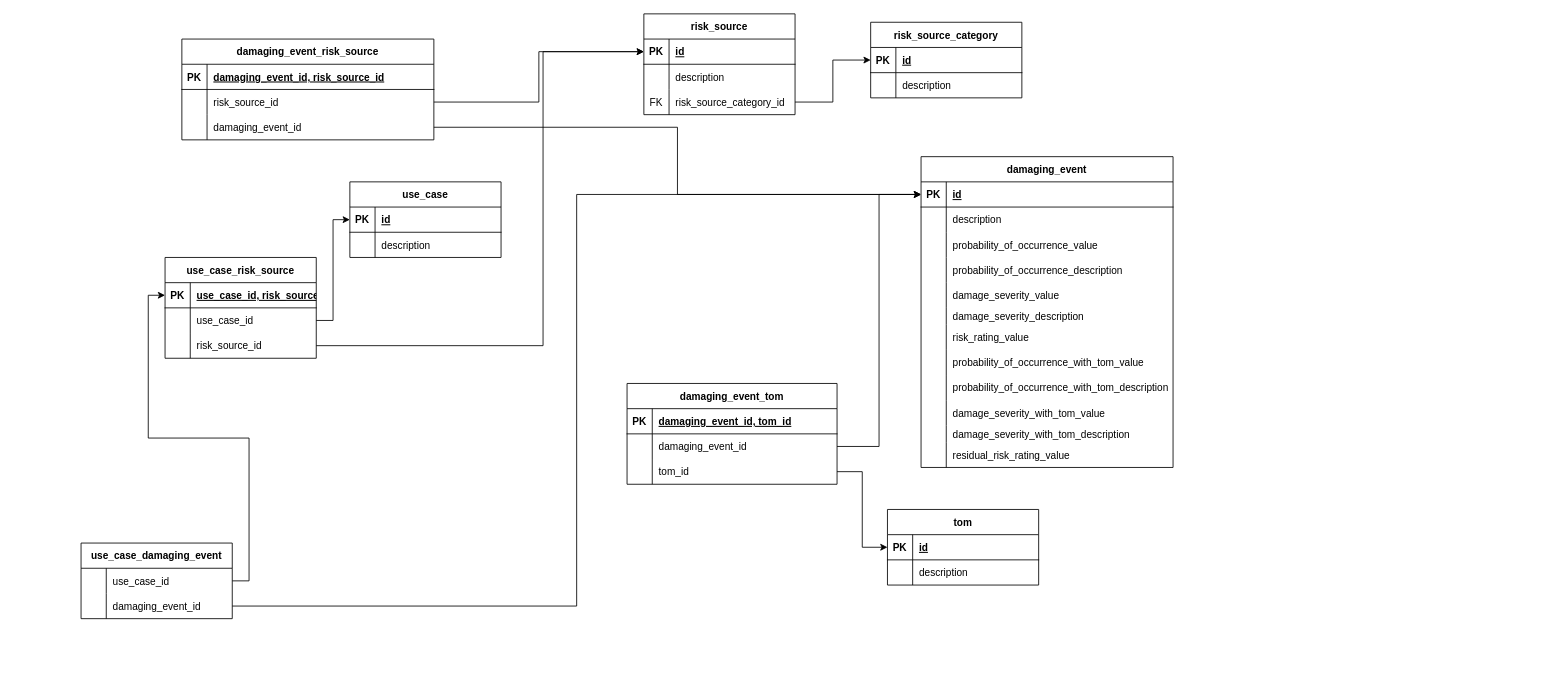
This is src/main/resources/ERD_20221219.drawio from UKEIAM/de.uke.iam.dsfa.control, a draw.io file, before an edit. Source tidied: cells renumbered, new cells numbered last; positions are measured from the earlier drawing's top-left corner, leaving out a move shared by most shapes. Both pictures are drawn from the tidied source at 84%, with x=0, y=0 at pixel (81, 13).
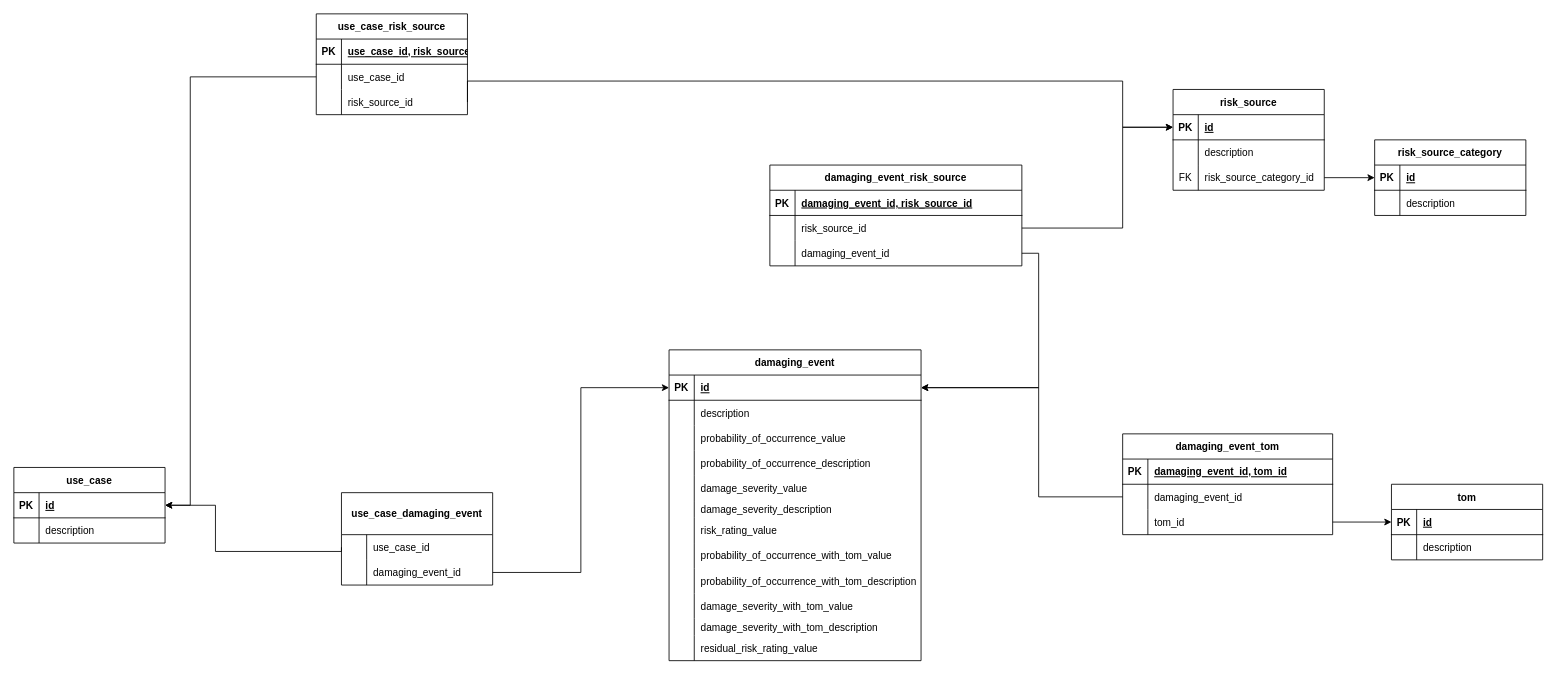
The same page after the edit.

Commit message (it also covers changes not shown here):
DSFA-122: docs: add draw.io files for adjusted data model

The change refers to these unchanged cells:
```xml
<mxCell id="10" style="shape=tableRow;horizontal=0;startSize=0;swimlaneHead=0;swimlaneBody=0;fillColor=none;points=[[0,0.5],[1,0.5]];portConstraint=eastwest;top=0;left=0;right=0;bottom=1;" parent="9" vertex="1">
  <mxGeometry y="30" width="180" height="30" as="geometry" />
</mxCell>
<mxCell id="21" style="shape=tableRow;horizontal=0;startSize=0;swimlaneHead=0;swimlaneBody=0;fillColor=none;points=[[0,0.5],[1,0.5]];portConstraint=eastwest;top=0;left=0;right=0;bottom=1;" parent="20" vertex="1">
  <mxGeometry y="30" width="300" height="30" as="geometry" />
</mxCell>
<mxCell id="68" style="shape=tableRow;horizontal=0;startSize=0;swimlaneHead=0;swimlaneBody=0;fillColor=none;points=[[0,0.5],[1,0.5]];portConstraint=eastwest;top=0;left=0;right=0;bottom=0;" parent="64" vertex="1">
  <mxGeometry y="60" width="250" height="30" as="geometry" />
</mxCell>
<mxCell id="80" style="shape=tableRow;horizontal=0;startSize=0;swimlaneHead=0;swimlaneBody=0;fillColor=none;points=[[0,0.5],[1,0.5]];portConstraint=eastwest;top=0;left=0;right=0;bottom=0;" parent="76" vertex="1">
  <mxGeometry y="60" width="300" height="30" as="geometry" />
</mxCell>
<mxCell id="83" style="shape=tableRow;horizontal=0;startSize=0;swimlaneHead=0;swimlaneBody=0;fillColor=none;points=[[0,0.5],[1,0.5]];portConstraint=eastwest;top=0;left=0;right=0;bottom=0;" parent="76" vertex="1">
  <mxGeometry y="90" width="300" height="30" as="geometry" />
</mxCell>
<mxCell id="89" style="shape=tableRow;horizontal=0;startSize=0;swimlaneHead=0;swimlaneBody=0;fillColor=none;points=[[0,0.5],[1,0.5]];portConstraint=eastwest;top=0;left=0;right=0;bottom=1;" parent="88" vertex="1">
  <mxGeometry y="30" width="180" height="30" as="geometry" />
</mxCell>
<mxCell id="92" style="shape=tableRow;horizontal=0;startSize=0;swimlaneHead=0;swimlaneBody=0;fillColor=none;points=[[0,0.5],[1,0.5]];portConstraint=eastwest;top=0;left=0;right=0;bottom=0;" parent="88" vertex="1">
  <mxGeometry y="60" width="180" height="30" as="geometry" />
</mxCell>
<mxCell id="95" style="shape=tableRow;horizontal=0;startSize=0;swimlaneHead=0;swimlaneBody=0;fillColor=none;points=[[0,0.5],[1,0.5]];portConstraint=eastwest;top=0;left=0;right=0;bottom=0;" parent="88" vertex="1">
  <mxGeometry y="90" width="180" height="30" as="geometry" />
</mxCell>
<mxCell id="99" style="shape=tableRow;horizontal=0;startSize=0;swimlaneHead=0;swimlaneBody=0;fillColor=none;points=[[0,0.5],[1,0.5]];portConstraint=eastwest;top=0;left=0;right=0;bottom=1;" parent="98" vertex="1">
  <mxGeometry y="30" width="180" height="30" as="geometry" />
</mxCell>
```

Diff of the diagram source:
```diff
@@
     <mxCell id="2" value="risk_source_category" style="shape=table;startSize=30;childLayout=tableLayout;rowLines=0;fontStyle=1;align=center;" parent="1" vertex="1">
-      <mxGeometry x="940" y="10" width="180" height="90" as="geometry" />
+      <mxGeometry x="1540" y="150" width="180" height="90" as="geometry" />
     </mxCell>
@@
     <mxCell id="9" value="risk_source" style="shape=table;startSize=30;childLayout=tableLayout;rowLines=0;fontStyle=1;align=center;" parent="1" vertex="1">
-      <mxGeometry x="670" width="180" height="120" as="geometry" />
+      <mxGeometry x="1300" y="90" width="180" height="120" as="geometry" />
     </mxCell>
@@
     <mxCell id="20" value="damaging_event" style="shape=table;startSize=30;childLayout=tableLayout;rowLines=0;fontStyle=1;align=center;" parent="1" vertex="1">
-      <mxGeometry x="1000" y="170" width="300" height="370" as="geometry" />
+      <mxGeometry x="700" y="400" width="300" height="370" as="geometry" />
     </mxCell>
@@
     <mxCell id="57" value="tom" style="shape=table;startSize=30;childLayout=tableLayout;rowLines=0;fontStyle=1;align=center;" parent="1" vertex="1">
-      <mxGeometry x="960" y="590" width="180" height="90" as="geometry" />
+      <mxGeometry x="1560" y="560" width="180" height="90" as="geometry" />
     </mxCell>
@@
     <mxCell id="64" value="damaging_event_tom" style="shape=table;startSize=30;childLayout=tableLayout;rowLines=0;fontStyle=1;align=center;" parent="1" vertex="1">
-      <mxGeometry x="650" y="440" width="250" height="120" as="geometry" />
+      <mxGeometry x="1240" y="500" width="250" height="120" as="geometry" />
     </mxCell>
@@
-    <mxCell id="74" style="edgeStyle=orthogonalEdgeStyle;rounded=0;jettySize=auto;html=1;exitX=1;exitY=0.5;exitDx=0;exitDy=0;entryX=0;entryY=0.5;entryDx=0;entryDy=0;" parent="1" edge="1" source="68" target="21">
-      <mxGeometry relative="1" as="geometry" />
+    <mxCell id="74" style="edgeStyle=orthogonalEdgeStyle;rounded=0;jettySize=auto;html=1;exitX=0;exitY=0.5;exitDx=0;exitDy=0;entryX=1;entryY=0.5;entryDx=0;entryDy=0;" parent="1" edge="1" source="68" target="21">
+      <mxGeometry relative="1" as="geometry">
+        <Array as="points">
+          <mxPoint x="1140" y="575" />
+          <mxPoint x="1140" y="445" />
+        </Array>
+      </mxGeometry>
     </mxCell>
@@
     <mxCell id="76" value="damaging_event_risk_source" style="shape=table;startSize=30;childLayout=tableLayout;rowLines=0;fontStyle=1;align=center;" parent="1" vertex="1">
-      <mxGeometry x="120" y="30" width="300" height="120" as="geometry" />
+      <mxGeometry x="820" y="180" width="300" height="120" as="geometry" />
     </mxCell>
@@
     <mxCell id="86" style="edgeStyle=orthogonalEdgeStyle;rounded=0;jettySize=auto;html=1;exitX=1;exitY=0.5;exitDx=0;exitDy=0;entryX=0;entryY=0.5;entryDx=0;entryDy=0;" parent="1" edge="1" source="80" target="10">
-      <mxGeometry relative="1" as="geometry" />
+      <mxGeometry relative="1" as="geometry">
+        <Array as="points">
+          <mxPoint x="1240" y="255" />
+          <mxPoint x="1240" y="135" />
+        </Array>
+      </mxGeometry>
     </mxCell>
-    <mxCell id="87" style="edgeStyle=orthogonalEdgeStyle;rounded=0;jettySize=auto;html=1;exitX=1;exitY=0.5;exitDx=0;exitDy=0;entryX=0;entryY=0.5;entryDx=0;entryDy=0;" parent="1" edge="1" source="83" target="21">
-      <mxGeometry relative="1" as="geometry" />
+    <mxCell id="87" style="edgeStyle=orthogonalEdgeStyle;rounded=0;jettySize=auto;html=1;exitX=1;exitY=0.5;exitDx=0;exitDy=0;entryX=1;entryY=0.5;entryDx=0;entryDy=0;" parent="1" edge="1" source="83" target="21">
+      <mxGeometry relative="1" as="geometry">
+        <Array as="points">
+          <mxPoint x="1140" y="285" />
+          <mxPoint x="1140" y="445" />
+        </Array>
+      </mxGeometry>
     </mxCell>
     <mxCell id="88" value="use_case_risk_source" style="shape=table;startSize=30;childLayout=tableLayout;rowLines=0;fontStyle=1;align=center;" parent="1" vertex="1">
-      <mxGeometry x="100" y="290" width="180" height="120" as="geometry" />
+      <mxGeometry x="280" width="180" height="120" as="geometry" />
     </mxCell>
@@
     <mxCell id="98" value="use_case" style="shape=table;startSize=30;childLayout=tableLayout;rowLines=0;fontStyle=1;align=center;" parent="1" vertex="1">
-      <mxGeometry x="320" y="200" width="180" height="90" as="geometry" />
+      <mxGeometry x="-80" y="540" width="180" height="90" as="geometry" />
     </mxCell>
@@
     <mxCell id="105" style="edgeStyle=orthogonalEdgeStyle;rounded=0;jettySize=auto;html=1;exitX=1;exitY=0.5;exitDx=0;exitDy=0;entryX=0;entryY=0.5;entryDx=0;entryDy=0;" parent="1" edge="1" source="95" target="10">
       <mxGeometry relative="1" as="geometry">
         <Array as="points">
-          <mxPoint x="550" y="395" />
-          <mxPoint x="550" y="45" />
+          <mxPoint x="460" y="80" />
+          <mxPoint x="1240" y="80" />
+          <mxPoint x="1240" y="135" />
         </Array>
       </mxGeometry>
     </mxCell>
-    <mxCell id="106" style="edgeStyle=orthogonalEdgeStyle;rounded=0;jettySize=auto;html=1;exitX=1;exitY=0.5;exitDx=0;exitDy=0;entryX=0;entryY=0.5;entryDx=0;entryDy=0;" parent="1" edge="1" source="92" target="99">
-      <mxGeometry relative="1" as="geometry" />
+    <mxCell id="106" style="edgeStyle=orthogonalEdgeStyle;rounded=0;jettySize=auto;html=1;entryX=1;entryY=0.5;entryDx=0;entryDy=0;exitX=0;exitY=0.5;exitDx=0;exitDy=0;" parent="1" edge="1" source="92" target="99">
+      <mxGeometry relative="1" as="geometry">
+        <Array as="points">
+          <mxPoint x="130" y="75" />
+          <mxPoint x="130" y="585" />
+        </Array>
+      </mxGeometry>
     </mxCell>
-    <mxCell id="107" value="use_case_damaging_event" style="shape=table;startSize=30;childLayout=tableLayout;rowLines=0;fontStyle=1;align=center;" parent="1" vertex="1">
-      <mxGeometry y="630" width="180" height="90" as="geometry" />
+    <mxCell id="107" value="use_case_damaging_event" style="shape=table;startSize=50;childLayout=tableLayout;rowLines=0;fontStyle=1;align=center;" parent="1" vertex="1">
+      <mxGeometry x="310" y="570" width="180" height="110" as="geometry" />
     </mxCell>
     <mxCell id="108" style="shape=tableRow;horizontal=0;startSize=0;swimlaneHead=0;swimlaneBody=0;fillColor=none;points=[[0,0.5],[1,0.5]];portConstraint=eastwest;top=0;left=0;right=0;bottom=0;" parent="107" vertex="1">
-      <mxGeometry y="30" width="180" height="30" as="geometry" />
+      <mxGeometry y="50" width="180" height="30" as="geometry" />
     </mxCell>
@@
     <mxCell id="111" style="shape=tableRow;horizontal=0;startSize=0;swimlaneHead=0;swimlaneBody=0;fillColor=none;points=[[0,0.5],[1,0.5]];portConstraint=eastwest;top=0;left=0;right=0;bottom=0;" parent="107" vertex="1">
-      <mxGeometry y="60" width="180" height="30" as="geometry" />
+      <mxGeometry y="80" width="180" height="30" as="geometry" />
     </mxCell>
@@
-    <mxCell id="114" style="edgeStyle=orthogonalEdgeStyle;rounded=0;jettySize=auto;html=1;exitX=1;exitY=0.5;exitDx=0;exitDy=0;entryX=0;entryY=0.5;entryDx=0;entryDy=0;" parent="1" edge="1" source="108" target="89">
-      <mxGeometry relative="1" as="geometry" />
+    <mxCell id="114" style="edgeStyle=orthogonalEdgeStyle;rounded=0;jettySize=auto;html=1;exitX=0;exitY=0.5;exitDx=0;exitDy=0;entryX=1;entryY=0.5;entryDx=0;entryDy=0;" parent="1" edge="1" source="108" target="99">
+      <mxGeometry relative="1" as="geometry">
+        <Array as="points">
+          <mxPoint x="310" y="640" />
+          <mxPoint x="160" y="640" />
+          <mxPoint x="160" y="585" />
+        </Array>
+      </mxGeometry>
     </mxCell>
```
